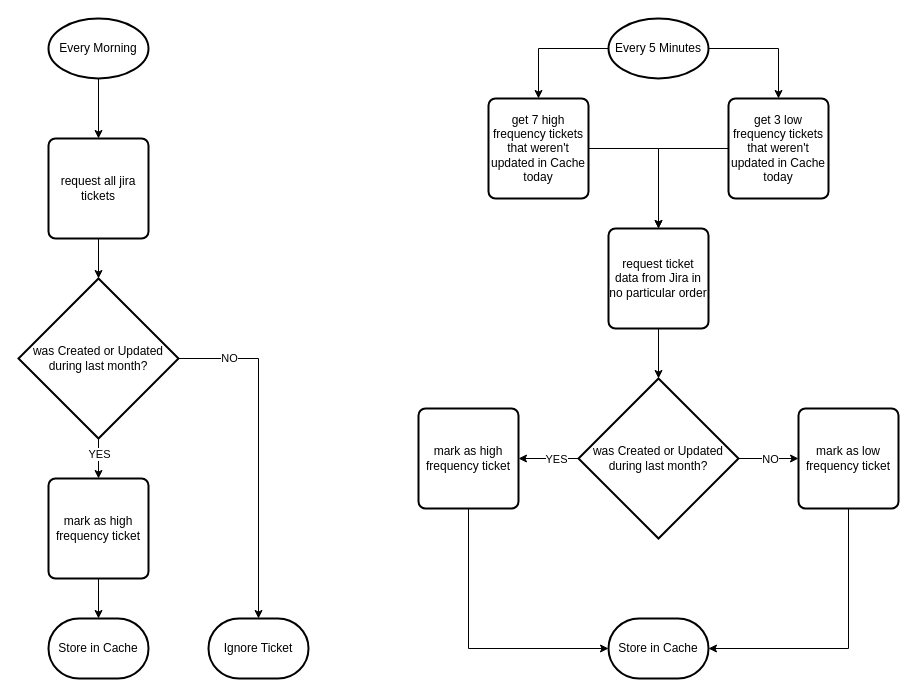
The draw.io diagram src/JiraSync.drawio in Skadisson/petrus, before the edit. Source tidied: cells renumbered, new cells numbered last; positions are measured from the earlier drawing's top-left corner, leaving out a move shared by most shapes. Both pictures are drawn from the tidied source at 100%, with x=0, y=0 at pixel (18, 18).
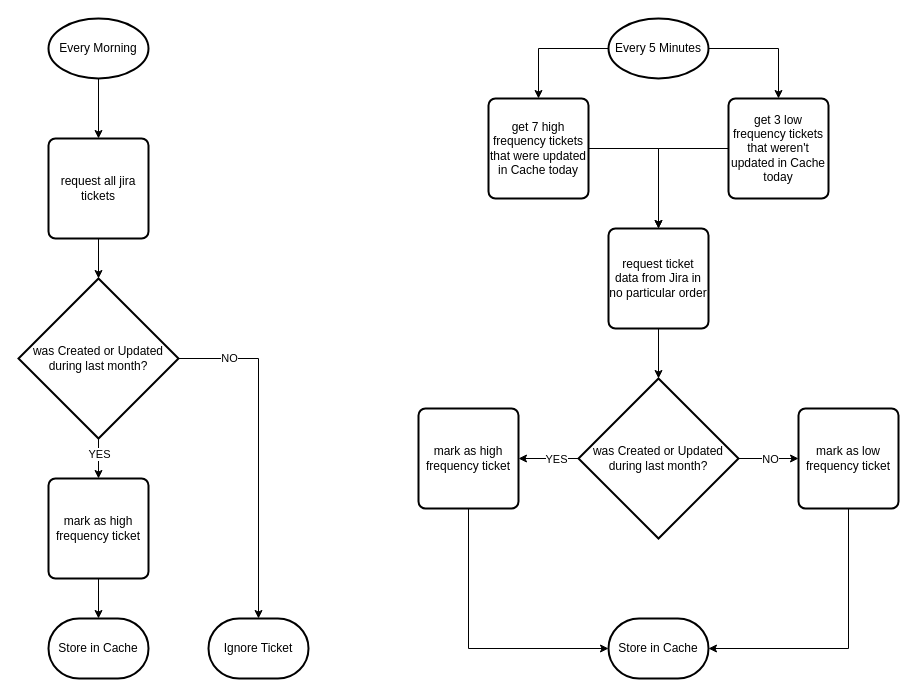
Above is the later version.

Commit message (it also covers changes not shown here):
issues/52 - added high and low frequency flag

Diff of the diagram source:
```diff
@@
-    <mxCell id="6" value="get 7 high frequency tickets that weren't updated in Cache today" style="rounded=1;whiteSpace=wrap;html=1;absoluteArcSize=1;arcSize=14;strokeWidth=2;" parent="1" vertex="1">
+    <mxCell id="6" value="get 7 high frequency tickets that were updated in Cache today" style="rounded=1;whiteSpace=wrap;html=1;absoluteArcSize=1;arcSize=14;strokeWidth=2;" parent="1" vertex="1">
       <mxGeometry x="470" y="80" width="100" height="100" as="geometry" />
     </mxCell>
```
